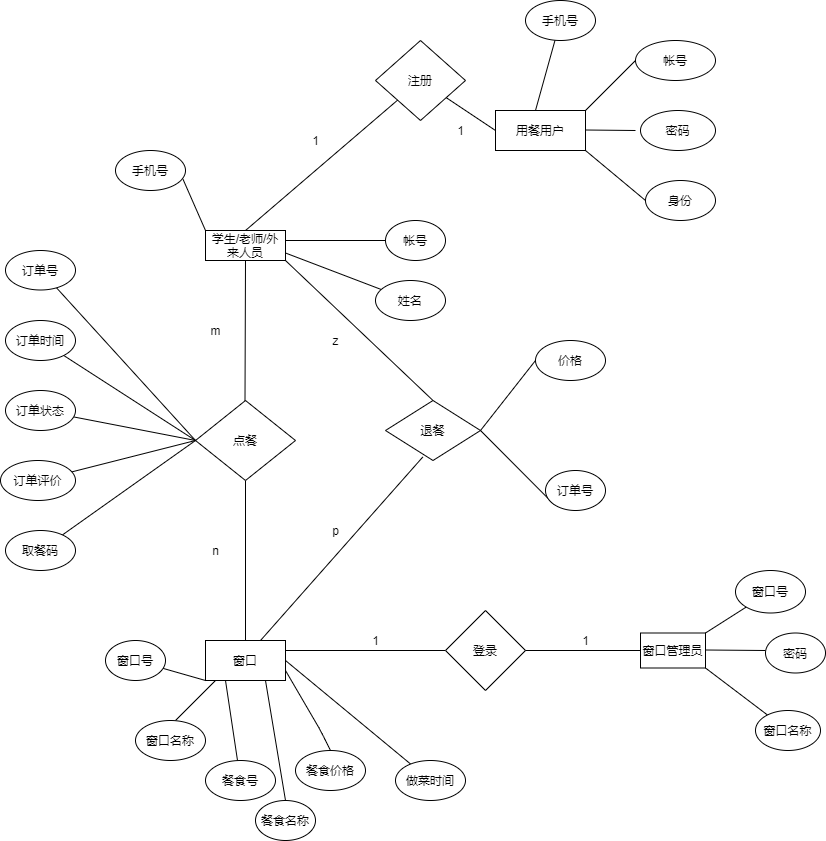
This is er图.png from jihanuo/Fengyuan_Student_Cafeteria_Ordering_System, a draw.io export, as it was before one commit. Source tidied: cells renumbered, new cells last; positions are measured from the earlier drawing's top-left corner, leaving out a move shared by most shapes.
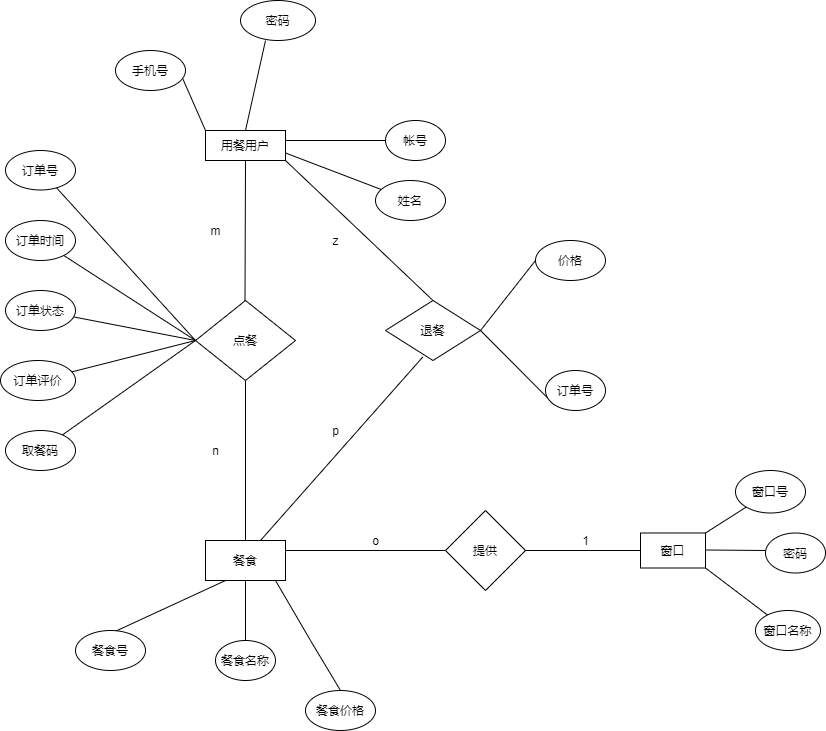
The same diagram one commit later.

Commit message:
更新开发文档

任务分配以及开发思路

Change to the diagram source:
```diff
@@ -2,98 +2,47 @@
   <root>
     <mxCell id="0" />
     <mxCell id="1" parent="0" />
-    <mxCell id="2" value="用餐用户" style="rounded=0;whiteSpace=wrap;html=1;" parent="1" vertex="1">
-      <mxGeometry x="495" y="110" width="90" height="40" as="geometry" />
-    </mxCell>
-    <mxCell id="3" style="endArrow=none;html=1;" parent="1" edge="1">
-      <mxGeometry relative="1" as="geometry">
-        <mxPoint x="585" y="110" as="sourcePoint" />
-        <mxPoint x="635" y="60" as="targetPoint" />
-      </mxGeometry>
-    </mxCell>
-    <mxCell id="4" value="帐号" style="ellipse;whiteSpace=wrap;html=1;" parent="1" vertex="1">
-      <mxGeometry x="635" y="40" width="80" height="40" as="geometry" />
-    </mxCell>
-    <mxCell id="5" style="endArrow=none;html=1;" parent="1" edge="1">
+    <mxCell id="5" style="endArrow=none;html=1;entryX=0.5;entryY=0;entryDx=0;entryDy=0;" parent="1" edge="1" target="38">
       <mxGeometry relative="1" as="geometry">
-        <mxPoint x="585" y="129.5" as="sourcePoint" />
-        <mxPoint x="635" y="130" as="targetPoint" />
+        <mxPoint x="265" y="140" as="sourcePoint" />
       </mxGeometry>
     </mxCell>
     <mxCell id="6" value="密码" style="ellipse;whiteSpace=wrap;html=1;" parent="1" vertex="1">
-      <mxGeometry x="640" y="110" width="75" height="40" as="geometry" />
+      <mxGeometry x="240" y="100" width="75" height="40" as="geometry" />
     </mxCell>
-    <mxCell id="7" style="endArrow=none;html=1;" parent="1" edge="1">
-      <mxGeometry relative="1" as="geometry">
-        <mxPoint x="585" y="150" as="sourcePoint" />
-        <mxPoint x="645" y="200" as="targetPoint" />
-      </mxGeometry>
-    </mxCell>
-    <mxCell id="8" value="身份" style="ellipse;whiteSpace=wrap;html=1;" parent="1" vertex="1">
-      <mxGeometry x="645" y="180" width="70" height="40" as="geometry" />
-    </mxCell>
-    <mxCell id="9" style="endArrow=none;html=1;" parent="1" edge="1" target="10">
-      <mxGeometry relative="1" as="geometry">
-        <mxPoint x="495" y="130" as="sourcePoint" />
-      </mxGeometry>
-    </mxCell>
-    <mxCell id="10" value="注册" style="rhombus;whiteSpace=wrap;html=1;" parent="1" vertex="1">
-      <mxGeometry x="375" y="40" width="90" height="80" as="geometry" />
-    </mxCell>
-    <mxCell id="11" style="endArrow=none;html=1;entryX=0.5;entryY=0;entryDx=0;entryDy=0;" parent="1" edge="1" source="10" target="38">
-      <mxGeometry relative="1" as="geometry" />
-    </mxCell>
-    <mxCell id="12" value="窗口" style="rounded=0;whiteSpace=wrap;html=1;" parent="1" vertex="1">
+    <mxCell id="12" value="餐食" style="rounded=0;whiteSpace=wrap;html=1;" parent="1" vertex="1">
       <mxGeometry x="205" y="640" width="80" height="40" as="geometry" />
     </mxCell>
-    <mxCell id="13" style="endArrow=none;html=1;exitX=0;exitY=1;exitDx=0;exitDy=0;" parent="1" edge="1" source="12" target="14">
-      <mxGeometry relative="1" as="geometry" />
-    </mxCell>
-    <mxCell id="14" value="窗口号" style="ellipse;whiteSpace=wrap;html=1;" parent="1" vertex="1">
-      <mxGeometry x="105" y="640" width="60" height="40" as="geometry" />
-    </mxCell>
-    <mxCell id="15" style="endArrow=none;html=1;" parent="1" edge="1">
-      <mxGeometry relative="1" as="geometry">
-        <mxPoint x="175" y="720" as="sourcePoint" />
-        <mxPoint x="215" y="680" as="targetPoint" />
-      </mxGeometry>
-    </mxCell>
-    <mxCell id="16" value="窗口名称" style="ellipse;whiteSpace=wrap;html=1;" parent="1" vertex="1">
-      <mxGeometry x="135" y="720" width="70" height="40" as="geometry" />
-    </mxCell>
     <mxCell id="17" style="endArrow=none;html=1;" parent="1" edge="1" target="18">
       <mxGeometry relative="1" as="geometry">
         <mxPoint x="225" y="680" as="sourcePoint" />
+        <Array as="points">
+          <mxPoint x="95" y="740" />
+        </Array>
       </mxGeometry>
     </mxCell>
     <mxCell id="18" value="餐食号" style="ellipse;whiteSpace=wrap;html=1;" parent="1" vertex="1">
-      <mxGeometry x="205" y="760" width="70" height="40" as="geometry" />
+      <mxGeometry x="75" y="730" width="70" height="40" as="geometry" />
     </mxCell>
     <mxCell id="19" style="endArrow=none;html=1;entryX=0.5;entryY=0;entryDx=0;entryDy=0;" parent="1" edge="1" target="20">
       <mxGeometry relative="1" as="geometry">
-        <mxPoint x="265" y="680" as="sourcePoint" />
+        <mxPoint x="245" y="680" as="sourcePoint" />
       </mxGeometry>
     </mxCell>
     <mxCell id="20" value="餐食名称" style="ellipse;whiteSpace=wrap;html=1;" parent="1" vertex="1">
-      <mxGeometry x="255" y="800" width="60" height="40" as="geometry" />
+      <mxGeometry x="215" y="740" width="60" height="40" as="geometry" />
     </mxCell>
     <mxCell id="21" value="餐食价格" style="ellipse;whiteSpace=wrap;html=1;" parent="1" vertex="1">
-      <mxGeometry x="295" y="750" width="70" height="40" as="geometry" />
+      <mxGeometry x="305" y="790" width="70" height="40" as="geometry" />
     </mxCell>
     <mxCell id="22" style="endArrow=none;html=1;exitX=0.5;exitY=0;exitDx=0;exitDy=0;" parent="1" edge="1" source="21">
       <mxGeometry relative="1" as="geometry">
-        <mxPoint x="285" y="670" as="targetPoint" />
+        <mxPoint x="275" y="680" as="targetPoint" />
         <Array as="points">
-          <mxPoint x="320" y="730" />
+          <mxPoint x="310" y="740" />
         </Array>
       </mxGeometry>
     </mxCell>
-    <mxCell id="23" style="endArrow=none;html=1;exitX=1;exitY=0.5;exitDx=0;exitDy=0;" parent="1" edge="1" source="12" target="24">
-      <mxGeometry relative="1" as="geometry" />
-    </mxCell>
-    <mxCell id="24" value="做菜时间" style="ellipse;whiteSpace=wrap;html=1;" parent="1" vertex="1">
-      <mxGeometry x="395" y="760" width="70" height="40" as="geometry" />
-    </mxCell>
     <mxCell id="25" style="endArrow=none;html=1;" parent="1" edge="1">
       <mxGeometry relative="1" as="geometry">
         <mxPoint x="245" y="640" as="sourcePoint" />
@@ -141,7 +90,7 @@
     <mxCell id="37" value="取餐码" style="ellipse;whiteSpace=wrap;html=1;" parent="1" vertex="1">
       <mxGeometry x="5" y="530" width="70" height="40" as="geometry" />
     </mxCell>
-    <mxCell id="38" value="学生/老师/外来人员" style="rounded=0;whiteSpace=wrap;html=1;" parent="1" vertex="1">
+    <mxCell id="38" value="用餐用户" style="rounded=0;whiteSpace=wrap;html=1;" parent="1" vertex="1">
       <mxGeometry x="205" y="230" width="80" height="30" as="geometry" />
     </mxCell>
     <mxCell id="39" style="endArrow=none;html=1;" parent="1" edge="1">
@@ -150,7 +99,7 @@
         <mxPoint x="445" y="650" as="targetPoint" />
       </mxGeometry>
     </mxCell>
-    <mxCell id="40" value="登录" style="rhombus;whiteSpace=wrap;html=1;" parent="1" vertex="1">
+    <mxCell id="40" value="提供" style="rhombus;whiteSpace=wrap;html=1;" parent="1" vertex="1">
       <mxGeometry x="445" y="610" width="80" height="80" as="geometry" />
     </mxCell>
     <mxCell id="41" style="endArrow=none;html=1;entryX=0.059;entryY=0.5;entryDx=0;entryDy=0;entryPerimeter=0;" parent="1" edge="1" target="42">
@@ -158,7 +107,7 @@
         <mxPoint x="525" y="650" as="sourcePoint" />
       </mxGeometry>
     </mxCell>
-    <mxCell id="42" value="窗口管理员" style="rounded=0;whiteSpace=wrap;html=1;" parent="1" vertex="1">
+    <mxCell id="42" value="窗口" style="rounded=0;whiteSpace=wrap;html=1;" parent="1" vertex="1">
       <mxGeometry x="640" y="632.5" width="65" height="35" as="geometry" />
     </mxCell>
     <mxCell id="43" style="endArrow=none;html=1;" parent="1" edge="1" target="44">
@@ -207,14 +156,6 @@
     <mxCell id="54" value="手机号" style="ellipse;whiteSpace=wrap;html=1;" parent="1" vertex="1">
       <mxGeometry x="115" y="150" width="70" height="40" as="geometry" />
     </mxCell>
-    <mxCell id="55" style="endArrow=none;html=1;" parent="1" edge="1" target="56">
-      <mxGeometry relative="1" as="geometry">
-        <mxPoint x="535" y="110" as="sourcePoint" />
-      </mxGeometry>
-    </mxCell>
-    <mxCell id="56" value="手机号" style="ellipse;whiteSpace=wrap;html=1;" parent="1" vertex="1">
-      <mxGeometry x="525" width="70" height="40" as="geometry" />
-    </mxCell>
     <mxCell id="57" style="endArrow=none;html=1;entryX=1;entryY=1;entryDx=0;entryDy=0;exitX=0.5;exitY=0;exitDx=0;exitDy=0;" parent="1" edge="1" source="58" target="38">
       <mxGeometry relative="1" as="geometry" />
     </mxCell>
@@ -238,13 +179,7 @@
     <mxCell id="63" value="价格" style="ellipse;whiteSpace=wrap;html=1;" parent="1" vertex="1">
       <mxGeometry x="535" y="340" width="70" height="40" as="geometry" />
     </mxCell>
-    <mxCell id="64" value="1" style="text;html=1;align=center;verticalAlign=middle;fillColor=none;strokeColor=none;rounded=0;" parent="1" vertex="1">
-      <mxGeometry x="305" y="130" width="20" height="20" as="geometry" />
-    </mxCell>
-    <mxCell id="65" value="1" style="text;html=1;align=center;verticalAlign=middle;fillColor=none;strokeColor=none;rounded=0;" parent="1" vertex="1">
-      <mxGeometry x="450" y="120" width="20" height="20" as="geometry" />
-    </mxCell>
-    <mxCell id="66" value="1" style="text;html=1;align=center;verticalAlign=middle;" parent="1" vertex="1">
+    <mxCell id="66" value="o" style="text;html=1;align=center;verticalAlign=middle;" parent="1" vertex="1">
       <mxGeometry x="365" y="630" width="20" height="20" as="geometry" />
     </mxCell>
     <mxCell id="67" value="1" style="text;html=1;align=center;verticalAlign=middle;" parent="1" vertex="1">
```
